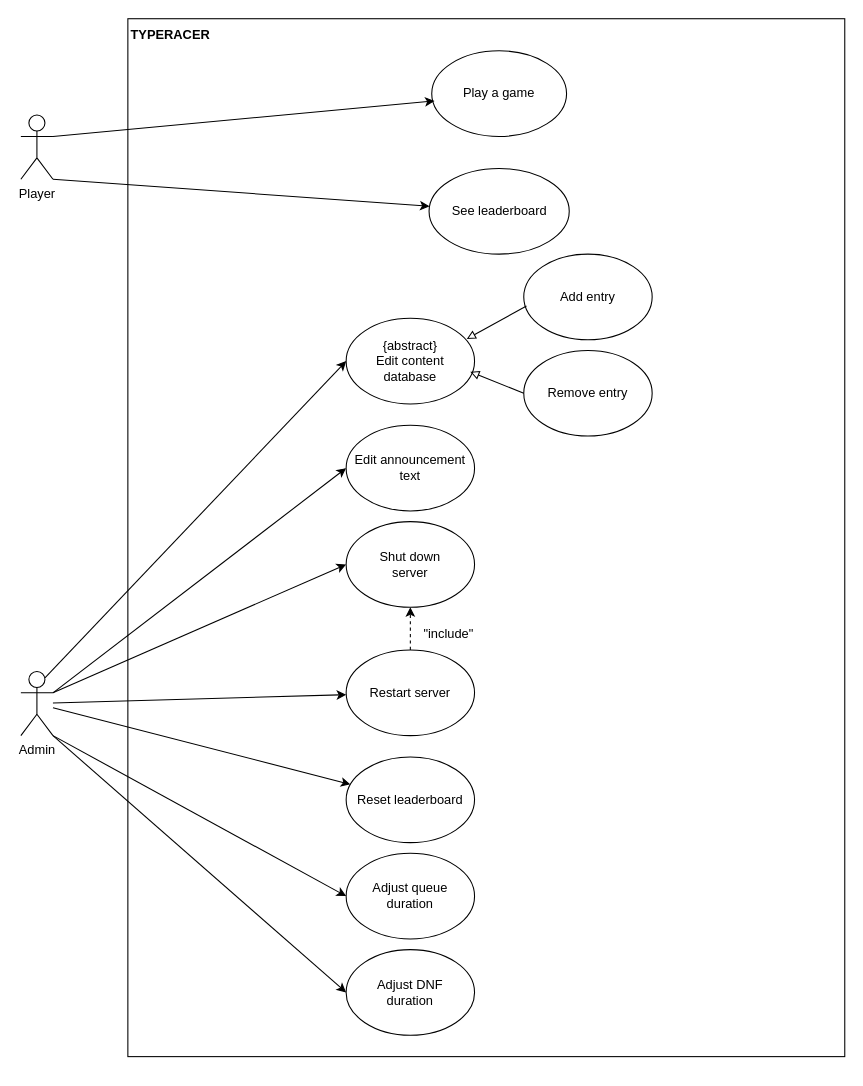
The draw.io diagram TypeRacerUseCase.drawio in muratcanakcay/PW-SE1-TypeRacer, before the edit. Source tidied: cells renumbered, new cells numbered last; positions are measured from the earlier drawing's top-left corner, leaving out a move shared by most shapes. Both pictures are drawn from the tidied source at 107%, with x=0, y=0 at pixel (20, 18).
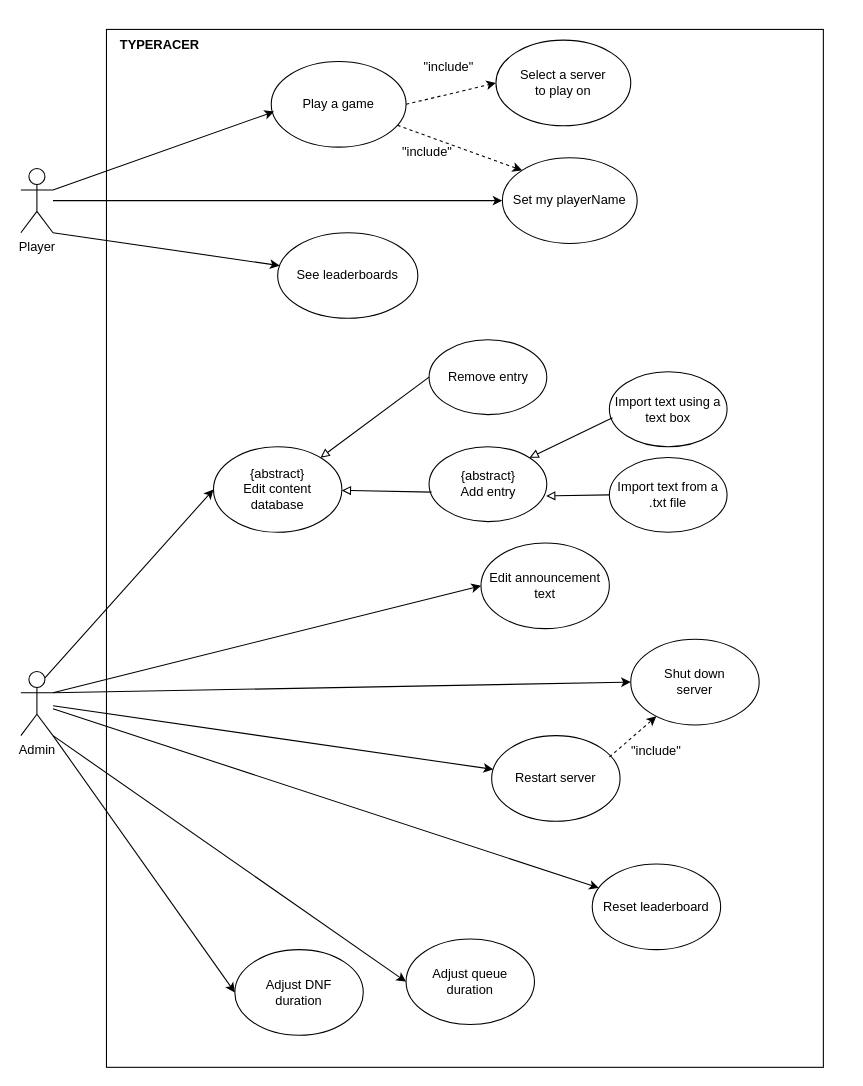
Above is the later version.

What changed in the source:
```diff
@@
     <mxCell id="2" style="rounded=0;whiteSpace=wrap;html=1;" parent="1" vertex="1">
-      <mxGeometry x="100" width="670" height="970" as="geometry" />
+      <mxGeometry x="80" y="10" width="670" height="970" as="geometry" />
     </mxCell>
     <mxCell id="3" value="Player" style="shape=umlActor;verticalLabelPosition=bottom;verticalAlign=top;html=1;outlineConnect=0;" parent="1" vertex="1">
-      <mxGeometry y="90" width="30" height="60" as="geometry" />
+      <mxGeometry y="140" width="30" height="60" as="geometry" />
     </mxCell>
@@
     <mxCell id="5" value="&lt;b&gt;TYPERACER&lt;/b&gt;" style="text;html=1;strokeColor=none;fillColor=none;align=center;verticalAlign=middle;whiteSpace=wrap;rounded=0;" parent="1" vertex="1">
-      <mxGeometry x="90" width="100" height="30" as="geometry" />
+      <mxGeometry x="80" y="10" width="100" height="30" as="geometry" />
     </mxCell>
     <mxCell id="6" value="Play a game" style="ellipse;whiteSpace=wrap;html=1;" parent="1" vertex="1">
-      <mxGeometry x="384" y="30" width="126" height="80" as="geometry" />
+      <mxGeometry x="234" y="40" width="126" height="80" as="geometry" />
     </mxCell>
@@
-    <mxCell id="8" value="See leaderboard" style="ellipse;whiteSpace=wrap;html=1;" parent="1" vertex="1">
-      <mxGeometry x="381.5" y="140" width="131" height="80" as="geometry" />
+    <mxCell id="8" value="See leaderboards" style="ellipse;whiteSpace=wrap;html=1;" parent="1" vertex="1">
+      <mxGeometry x="240" y="200" width="131" height="80" as="geometry" />
     </mxCell>
@@
     <mxCell id="10" value="Restart server" style="ellipse;whiteSpace=wrap;html=1;" parent="1" vertex="1">
-      <mxGeometry x="304" y="590" width="120" height="80" as="geometry" />
+      <mxGeometry x="440" y="670" width="120" height="80" as="geometry" />
     </mxCell>
-    <mxCell id="11" value="Add entry" style="ellipse;whiteSpace=wrap;html=1;" parent="1" vertex="1">
-      <mxGeometry x="470" y="220" width="120" height="80" as="geometry" />
+    <mxCell id="11" value="{abstract}&lt;br&gt;Add entry" style="ellipse;whiteSpace=wrap;html=1;" parent="1" vertex="1">
+      <mxGeometry x="381.5" y="400" width="110" height="70" as="geometry" />
     </mxCell>
     <mxCell id="12" value="{abstract}&lt;br&gt;Edit content&lt;br&gt;database" style="ellipse;whiteSpace=wrap;html=1;" parent="1" vertex="1">
-      <mxGeometry x="304" y="280" width="120" height="80" as="geometry" />
+      <mxGeometry x="180" y="400" width="120" height="80" as="geometry" />
     </mxCell>
     <mxCell id="13" value="Remove entry" style="ellipse;whiteSpace=wrap;html=1;" parent="1" vertex="1">
-      <mxGeometry x="470" y="310" width="120" height="80" as="geometry" />
+      <mxGeometry x="381.5" y="300" width="110" height="70" as="geometry" />
     </mxCell>
     <mxCell id="14" value="Edit announcement&lt;br&gt;text" style="ellipse;whiteSpace=wrap;html=1;" parent="1" vertex="1">
-      <mxGeometry x="304" y="380" width="120" height="80" as="geometry" />
+      <mxGeometry x="430" y="490" width="120" height="80" as="geometry" />
     </mxCell>
     <mxCell id="15" value="Shut down &lt;br&gt;server" style="ellipse;whiteSpace=wrap;html=1;" parent="1" vertex="1">
-      <mxGeometry x="304" y="470" width="120" height="80" as="geometry" />
+      <mxGeometry x="570" y="580" width="120" height="80" as="geometry" />
     </mxCell>
     <mxCell id="16" value="Adjust queue &lt;br&gt;duration" style="ellipse;whiteSpace=wrap;html=1;" parent="1" vertex="1">
-      <mxGeometry x="304" y="780" width="120" height="80" as="geometry" />
+      <mxGeometry x="360" y="860" width="120" height="80" as="geometry" />
     </mxCell>
     <mxCell id="17" value="Adjust DNF&lt;br&gt;duration" style="ellipse;whiteSpace=wrap;html=1;" parent="1" vertex="1">
-      <mxGeometry x="304" y="870" width="120" height="80" as="geometry" />
+      <mxGeometry x="200" y="870" width="120" height="80" as="geometry" />
     </mxCell>
@@
-    <mxCell id="23" style="endArrow=block;html=1;rounded=0;entryX=0.939;entryY=0.242;entryDx=0;entryDy=0;entryPerimeter=0;exitX=0.021;exitY=0.606;exitDx=0;exitDy=0;exitPerimeter=0;endFill=0;" parent="1" edge="1" source="11" target="12">
+    <mxCell id="23" style="endArrow=block;html=1;rounded=0;exitX=0.021;exitY=0.606;exitDx=0;exitDy=0;exitPerimeter=0;endFill=0;" parent="1" edge="1" source="11" target="12">
       <mxGeometry relative="1" as="geometry" />
     </mxCell>
-    <mxCell id="24" style="endArrow=block;html=1;rounded=0;exitX=0;exitY=0.5;exitDx=0;exitDy=0;endFill=0;" parent="1" edge="1" source="13">
-      <mxGeometry relative="1" as="geometry">
-        <mxPoint x="420" y="330" as="targetPoint" />
-      </mxGeometry>
+    <mxCell id="24" style="endArrow=block;html=1;rounded=0;exitX=0;exitY=0.5;exitDx=0;exitDy=0;endFill=0;" parent="1" edge="1" source="13" target="12">
+      <mxGeometry relative="1" as="geometry" />
     </mxCell>
-    <mxCell id="25" style="endArrow=classic;html=1;rounded=0;dashed=1;" parent="1" edge="1" target="15">
-      <mxGeometry relative="1" as="geometry">
-        <mxPoint x="364" y="590" as="sourcePoint" />
-      </mxGeometry>
+    <mxCell id="25" style="endArrow=classic;html=1;rounded=0;dashed=1;exitX=0.917;exitY=0.25;exitDx=0;exitDy=0;exitPerimeter=0;" parent="1" edge="1" source="10" target="15">
+      <mxGeometry relative="1" as="geometry" />
     </mxCell>
     <mxCell id="26" value="&quot;include&quot;" style="text;html=1;strokeColor=none;fillColor=none;align=center;verticalAlign=middle;whiteSpace=wrap;rounded=0;" parent="1" vertex="1">
-      <mxGeometry x="370" y="560" width="60" height="30" as="geometry" />
+      <mxGeometry x="564" y="670" width="60" height="30" as="geometry" />
     </mxCell>
@@
     <mxCell id="28" value="Reset leaderboard" style="ellipse;whiteSpace=wrap;html=1;" parent="1" vertex="1">
-      <mxGeometry x="304" y="690" width="120" height="80" as="geometry" />
+      <mxGeometry x="534" y="790" width="120" height="80" as="geometry" />
     </mxCell>
@@
+    <mxCell id="30" value="Import text using a text box" style="ellipse;whiteSpace=wrap;html=1;" parent="1" vertex="1">
+      <mxGeometry x="550" y="330" width="110" height="70" as="geometry" />
+    </mxCell>
+    <mxCell id="31" value="Import text from a &lt;br&gt;.txt file" style="ellipse;whiteSpace=wrap;html=1;" parent="1" vertex="1">
+      <mxGeometry x="550" y="410" width="110" height="70" as="geometry" />
+    </mxCell>
+    <mxCell id="32" style="endArrow=block;html=1;rounded=0;exitX=0.027;exitY=0.614;exitDx=0;exitDy=0;exitPerimeter=0;endFill=0;entryX=1;entryY=0;entryDx=0;entryDy=0;" parent="1" edge="1" source="30" target="11">
+      <mxGeometry relative="1" as="geometry" />
+    </mxCell>
+    <mxCell id="33" style="endArrow=block;html=1;rounded=0;exitX=0;exitY=0.5;exitDx=0;exitDy=0;endFill=0;entryX=0.995;entryY=0.657;entryDx=0;entryDy=0;entryPerimeter=0;" parent="1" edge="1" source="31" target="11">
+      <mxGeometry relative="1" as="geometry" />
+    </mxCell>
+    <mxCell id="34" value="Select a server &lt;br&gt;to play on" style="ellipse;whiteSpace=wrap;html=1;" parent="1" vertex="1">
+      <mxGeometry x="444" y="20" width="126" height="80" as="geometry" />
+    </mxCell>
+    <mxCell id="35" value="Set my playerName" style="ellipse;whiteSpace=wrap;html=1;" parent="1" vertex="1">
+      <mxGeometry x="450" y="130" width="126" height="80" as="geometry" />
+    </mxCell>
+    <mxCell id="36" style="endArrow=classic;html=1;rounded=0;dashed=1;entryX=0;entryY=0;entryDx=0;entryDy=0;" parent="1" edge="1" source="6" target="35">
+      <mxGeometry relative="1" as="geometry" />
+    </mxCell>
+    <mxCell id="37" style="endArrow=classic;html=1;rounded=0;dashed=1;exitX=1;exitY=0.5;exitDx=0;exitDy=0;entryX=0;entryY=0.5;entryDx=0;entryDy=0;" parent="1" edge="1" source="6" target="34">
+      <mxGeometry relative="1" as="geometry" />
+    </mxCell>
+    <mxCell id="38" value="&quot;include&quot;" style="text;html=1;strokeColor=none;fillColor=none;align=center;verticalAlign=middle;whiteSpace=wrap;rounded=0;" parent="1" vertex="1">
+      <mxGeometry x="370" y="30" width="60" height="30" as="geometry" />
+    </mxCell>
+    <mxCell id="39" value="&quot;include&quot;" style="text;html=1;strokeColor=none;fillColor=none;align=center;verticalAlign=middle;whiteSpace=wrap;rounded=0;" parent="1" vertex="1">
+      <mxGeometry x="350" y="110" width="60" height="30" as="geometry" />
+    </mxCell>
+    <mxCell id="40" style="endArrow=classic;html=1;rounded=0;entryX=0;entryY=0.5;entryDx=0;entryDy=0;" parent="1" edge="1" source="3" target="35">
+      <mxGeometry relative="1" as="geometry" />
+    </mxCell>
```
